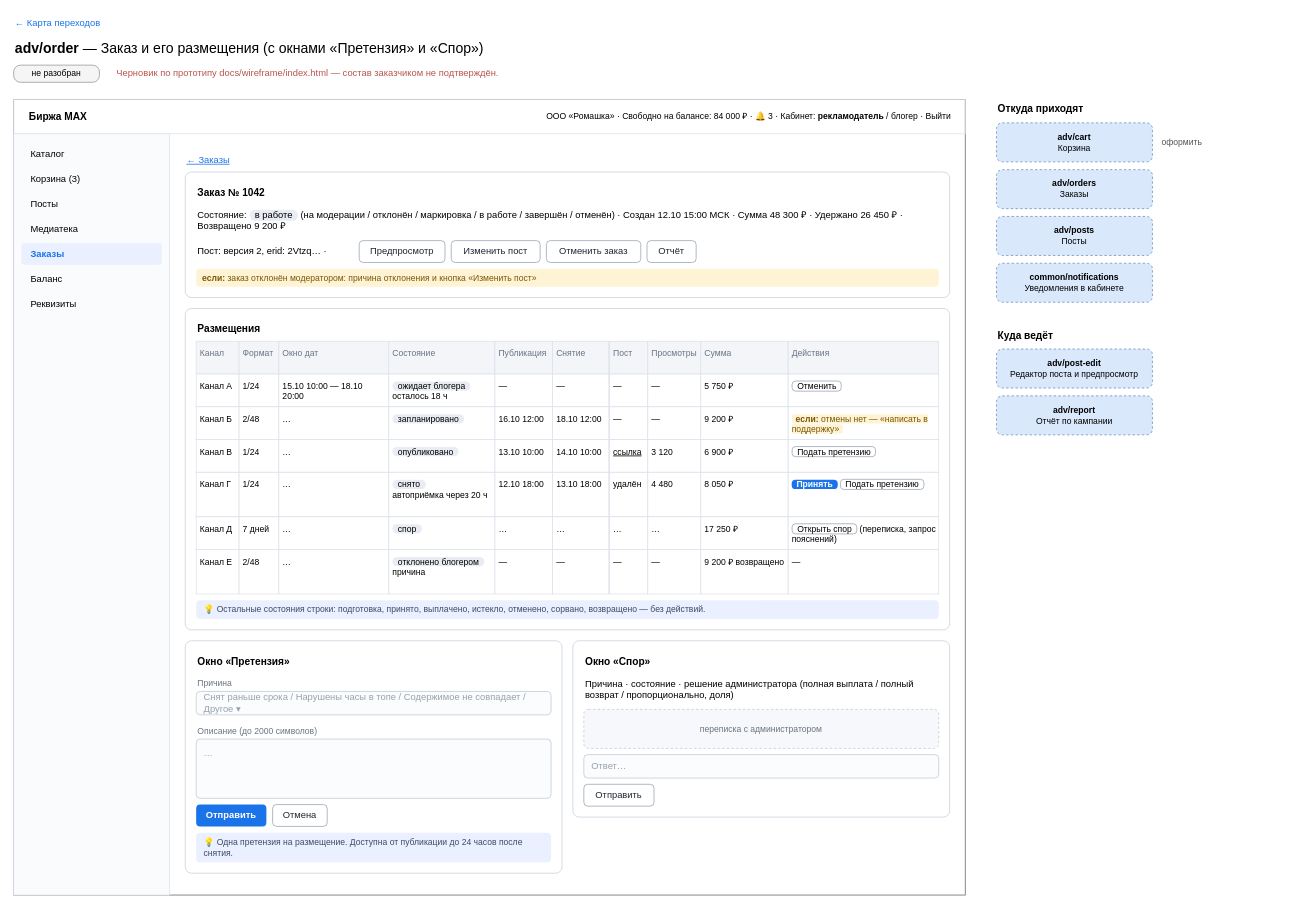
leha-creator/maxim keeps this draw.io diagram as page "adv/order" (12 of 40) of docs/wireframe/screens.drawio. Above is the earlier version. Source tidied: cells renumbered, new cells numbered last; positions are measured from the earlier drawing's top-left corner, leaving out a move shared by most shapes. Both pictures are drawn from the tidied source at 78%, with x=0, y=0 at pixel (13, 13).
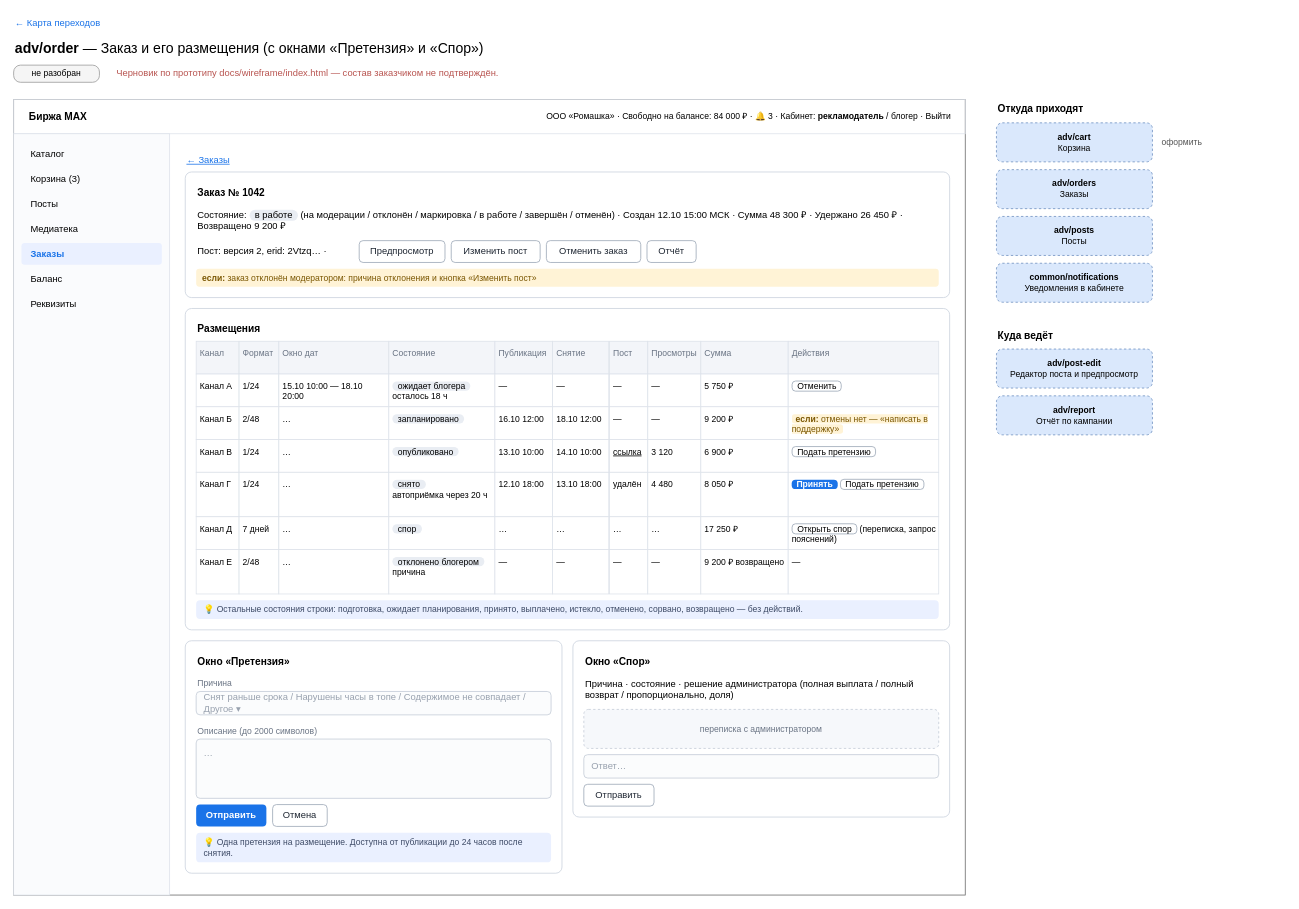
After the change.

The change refers to these unchanged cells:
```xml
<mxCell id="27" style="rounded=1;absoluteArcSize=1;arcSize=16;whiteSpace=wrap;html=1;fillColor=#ffffff;strokeColor=#c9d1dc;" parent="6" vertex="1">
  <mxGeometry x="220" y="268" width="980" height="412" as="geometry" />
</mxCell>
```

Change to the diagram source:
```diff
@@
-    <mxCell id="100" value="💡 Остальные состояния строки: подготовка, принято, выплачено, истекло, отменено, сорвано, возвращено — без действий." style="rounded=1;absoluteArcSize=1;arcSize=10;whiteSpace=wrap;html=1;align=left;spacingLeft=8;spacingRight=6;fillColor=#eaf0ff;strokeColor=none;fontColor=#3d4a66;fontSize=11;" parent="27" vertex="1">
+    <mxCell id="100" value="💡 Остальные состояния строки: подготовка, ожидает планирования, принято, выплачено, истекло, отменено, сорвано, возвращено — без действий." style="rounded=1;absoluteArcSize=1;arcSize=10;whiteSpace=wrap;html=1;align=left;spacingLeft=8;spacingRight=6;fillColor=#eaf0ff;strokeColor=none;fontColor=#3d4a66;fontSize=11;" parent="27" vertex="1">
       <mxGeometry x="14" y="374" width="952" height="24" as="geometry" />
     </mxCell>
```
